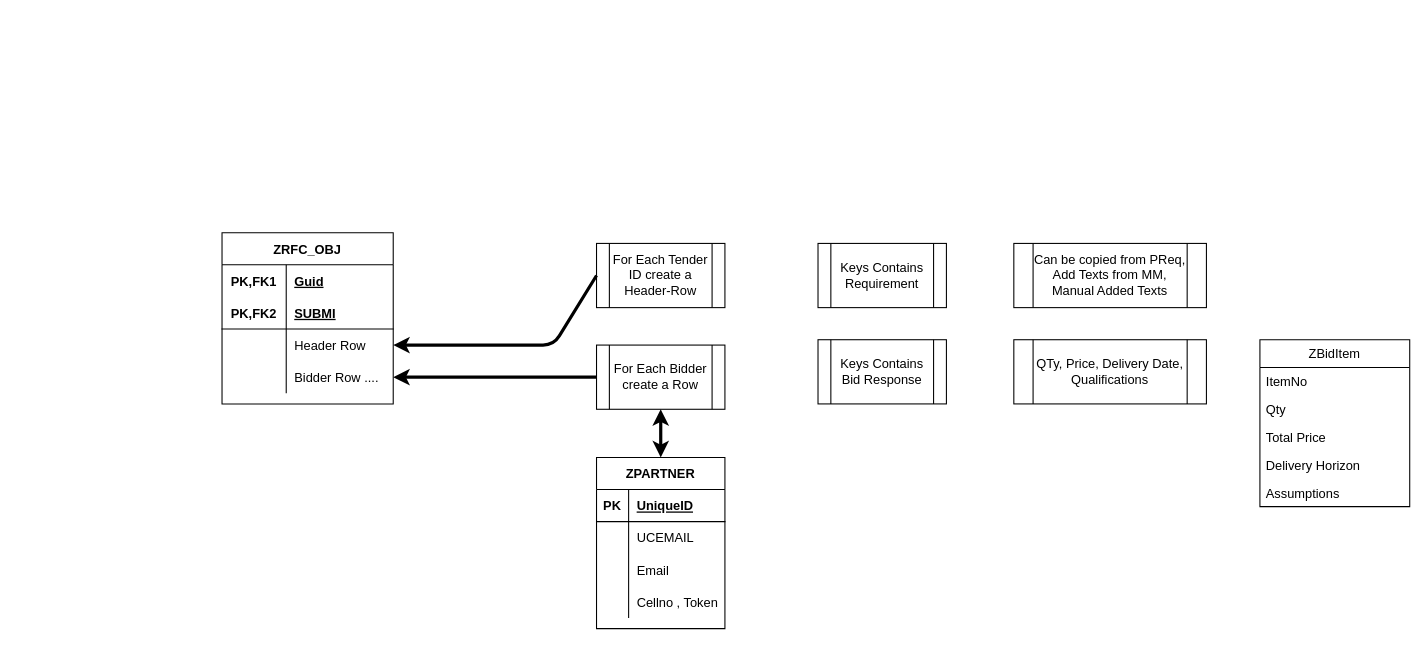
miket-snr/esourcingrecovery keeps this draw.io diagram as page "Actual Bid" (3 of 6) of Web Data Store.drawio. Above is the earlier version. Source tidied: cells renumbered, new cells numbered last; positions are measured from the earlier drawing's top-left corner, leaving out a move shared by most shapes. Both pictures are drawn from the tidied source at 107%, with x=0, y=0 at pixel (221, 232).
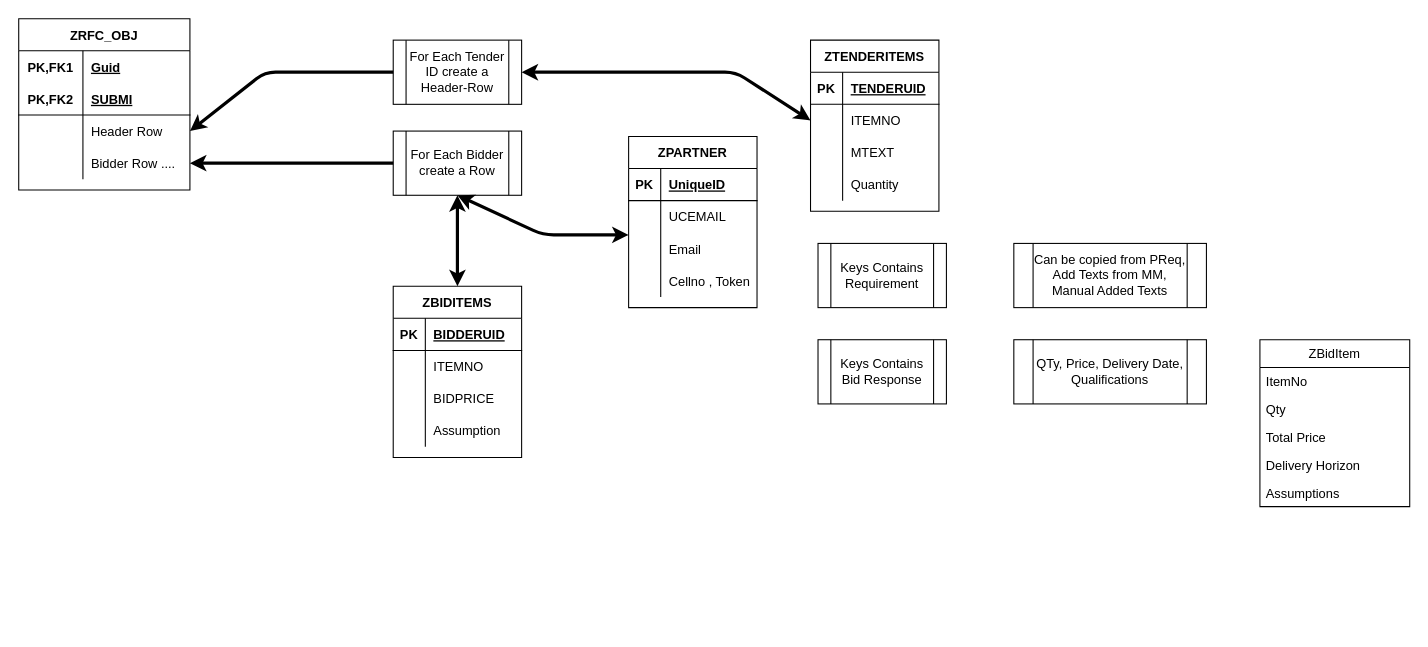
The same page after the edit.

The change refers to these unchanged cells:
```xml
<mxCell id="9" style="shape=partialRectangle;fillColor=none;top=0;left=0;bottom=0;right=0;points=[[0,0.5],[1,0.5]];portConstraint=eastwest;" parent="2" vertex="1">
  <mxGeometry y="90" width="160" height="30" as="geometry" />
</mxCell>
<mxCell id="22" style="shape=partialRectangle;fillColor=none;top=0;left=0;bottom=0;right=0;points=[[0,0.5],[1,0.5]];portConstraint=eastwest;" parent="15" vertex="1">
  <mxGeometry y="90" width="120" height="30" as="geometry" />
</mxCell>
```

Change to the diagram source:
```diff
@@
     <mxCell id="2" value="ZRFC_OBJ" style="shape=table;startSize=30;childLayout=tableLayout;rowLines=0;fontStyle=1;align=center;" parent="1" vertex="1">
-      <mxGeometry width="160" height="160" as="geometry" />
+      <mxGeometry x="-190" y="-200" width="160" height="160" as="geometry" />
     </mxCell>
@@
     <mxCell id="15" value="ZPARTNER" style="shape=table;startSize=30;childLayout=tableLayout;rowLines=0;fontStyle=1;align=center;" parent="1" vertex="1">
-      <mxGeometry x="350" y="210" width="120" height="160" as="geometry" />
+      <mxGeometry x="380" y="-90" width="120" height="160" as="geometry" />
     </mxCell>
@@
     <mxCell id="28" value="For Each Bidder create a Row" style="shape=process;whiteSpace=wrap;html=1;backgroundOutline=1;" parent="1" vertex="1">
-      <mxGeometry x="350" y="105" width="120" height="60" as="geometry" />
+      <mxGeometry x="160" y="-95" width="120" height="60" as="geometry" />
     </mxCell>
@@
     <mxCell id="30" value="For Each Tender ID create a Header-Row" style="shape=process;whiteSpace=wrap;html=1;backgroundOutline=1;" parent="1" vertex="1">
-      <mxGeometry x="350" y="10" width="120" height="60" as="geometry" />
+      <mxGeometry x="160" y="-180" width="120" height="60" as="geometry" />
     </mxCell>
     <mxCell id="31" style="endArrow=classic;html=1;strokeWidth=3;entryX=1;entryY=0.5;entryDx=0;entryDy=0;exitX=0;exitY=0.5;exitDx=0;exitDy=0;" parent="1" edge="1" source="30" target="9">
       <mxGeometry relative="1" as="geometry">
         <Array as="points">
-          <mxPoint x="310" y="105" />
+          <mxPoint x="40" y="-150" />
         </Array>
       </mxGeometry>
     </mxCell>
-    <mxCell id="32" style="endArrow=classic;startArrow=classic;html=1;strokeWidth=3;exitX=0.5;exitY=0;exitDx=0;exitDy=0;entryX=0.5;entryY=1;entryDx=0;entryDy=0;" parent="1" edge="1" source="15" target="28">
-      <mxGeometry relative="1" as="geometry" />
+    <mxCell id="32" style="endArrow=classic;startArrow=classic;html=1;strokeWidth=3;exitX=0;exitY=0.067;exitDx=0;exitDy=0;entryX=0.5;entryY=1;entryDx=0;entryDy=0;exitPerimeter=0;" parent="1" edge="1" source="22" target="28">
+      <mxGeometry relative="1" as="geometry">
+        <Array as="points">
+          <mxPoint x="300" y="2" />
+        </Array>
+      </mxGeometry>
     </mxCell>
@@
+    <mxCell id="43" value="ZBIDITEMS" style="shape=table;startSize=30;childLayout=tableLayout;rowLines=0;fontStyle=1;align=center;" parent="1" vertex="1">
+      <mxGeometry x="160" y="50" width="120" height="160" as="geometry" />
+    </mxCell>
+    <mxCell id="44" style="shape=partialRectangle;fillColor=none;top=0;left=0;bottom=1;right=0;" parent="43" vertex="1">
+      <mxGeometry y="30" width="120" height="30" as="geometry" />
+    </mxCell>
+    <mxCell id="45" value="PK" style="shape=partialRectangle;fillColor=none;top=0;left=0;bottom=0;right=0;fontStyle=1;overflow=hidden;" parent="44" vertex="1">
+      <mxGeometry width="30" height="30" as="geometry" />
+    </mxCell>
+    <mxCell id="46" value="BIDDERUID" style="shape=partialRectangle;fillColor=none;top=0;left=0;bottom=0;right=0;align=left;spacingLeft=6;fontStyle=5;overflow=hidden;" parent="44" vertex="1">
+      <mxGeometry x="30" width="90" height="30" as="geometry" />
+    </mxCell>
+    <mxCell id="47" style="shape=partialRectangle;fillColor=none;top=0;left=0;bottom=0;right=0;" parent="43" vertex="1">
+      <mxGeometry y="60" width="120" height="30" as="geometry" />
+    </mxCell>
+    <mxCell id="48" style="shape=partialRectangle;fillColor=none;top=0;left=0;bottom=0;right=0;overflow=hidden;" parent="47" vertex="1">
+      <mxGeometry width="30" height="30" as="geometry" />
+    </mxCell>
+    <mxCell id="49" value="ITEMNO" style="shape=partialRectangle;fillColor=none;top=0;left=0;bottom=0;right=0;align=left;spacingLeft=6;overflow=hidden;" parent="47" vertex="1">
+      <mxGeometry x="30" width="90" height="30" as="geometry" />
+    </mxCell>
+    <mxCell id="50" style="shape=partialRectangle;fillColor=none;top=0;left=0;bottom=0;right=0;" parent="43" vertex="1">
+      <mxGeometry y="90" width="120" height="30" as="geometry" />
+    </mxCell>
+    <mxCell id="51" style="shape=partialRectangle;fillColor=none;top=0;left=0;bottom=0;right=0;overflow=hidden;" parent="50" vertex="1">
+      <mxGeometry width="30" height="30" as="geometry" />
+    </mxCell>
+    <mxCell id="52" value="BIDPRICE" style="shape=partialRectangle;fillColor=none;top=0;left=0;bottom=0;right=0;align=left;spacingLeft=6;overflow=hidden;" parent="50" vertex="1">
+      <mxGeometry x="30" width="90" height="30" as="geometry" />
+    </mxCell>
+    <mxCell id="53" style="shape=partialRectangle;fillColor=none;top=0;left=0;bottom=0;right=0;" parent="43" vertex="1">
+      <mxGeometry y="120" width="120" height="30" as="geometry" />
+    </mxCell>
+    <mxCell id="54" style="shape=partialRectangle;fillColor=none;top=0;left=0;bottom=0;right=0;overflow=hidden;" parent="53" vertex="1">
+      <mxGeometry width="30" height="30" as="geometry" />
+    </mxCell>
+    <mxCell id="55" value="Assumption" style="shape=partialRectangle;fillColor=none;top=0;left=0;bottom=0;right=0;align=left;spacingLeft=6;overflow=hidden;" parent="53" vertex="1">
+      <mxGeometry x="30" width="90" height="30" as="geometry" />
+    </mxCell>
+    <mxCell id="56" value="ZTENDERITEMS" style="shape=table;startSize=30;childLayout=tableLayout;rowLines=0;fontStyle=1;align=center;" parent="1" vertex="1">
+      <mxGeometry x="550" y="-180" width="120" height="160" as="geometry" />
+    </mxCell>
+    <mxCell id="57" style="shape=partialRectangle;fillColor=none;top=0;left=0;bottom=1;right=0;" parent="56" vertex="1">
+      <mxGeometry y="30" width="120" height="30" as="geometry" />
+    </mxCell>
+    <mxCell id="58" value="PK" style="shape=partialRectangle;fillColor=none;top=0;left=0;bottom=0;right=0;fontStyle=1;overflow=hidden;" parent="57" vertex="1">
+      <mxGeometry width="30" height="30" as="geometry" />
+    </mxCell>
+    <mxCell id="59" value="TENDERUID" style="shape=partialRectangle;fillColor=none;top=0;left=0;bottom=0;right=0;align=left;spacingLeft=6;fontStyle=5;overflow=hidden;" parent="57" vertex="1">
+      <mxGeometry x="30" width="90" height="30" as="geometry" />
+    </mxCell>
+    <mxCell id="60" style="shape=partialRectangle;fillColor=none;top=0;left=0;bottom=0;right=0;points=[[0,0.5],[1,0.5]];portConstraint=eastwest;" parent="56" vertex="1">
+      <mxGeometry y="60" width="120" height="30" as="geometry" />
+    </mxCell>
+    <mxCell id="61" style="shape=partialRectangle;fillColor=none;top=0;left=0;bottom=0;right=0;overflow=hidden;" parent="60" vertex="1">
+      <mxGeometry width="30" height="30" as="geometry" />
+    </mxCell>
+    <mxCell id="62" value="ITEMNO" style="shape=partialRectangle;fillColor=none;top=0;left=0;bottom=0;right=0;align=left;spacingLeft=6;overflow=hidden;" parent="60" vertex="1">
+      <mxGeometry x="30" width="90" height="30" as="geometry" />
+    </mxCell>
+    <mxCell id="63" style="shape=partialRectangle;fillColor=none;top=0;left=0;bottom=0;right=0;" parent="56" vertex="1">
+      <mxGeometry y="90" width="120" height="30" as="geometry" />
+    </mxCell>
+    <mxCell id="64" style="shape=partialRectangle;fillColor=none;top=0;left=0;bottom=0;right=0;overflow=hidden;" parent="63" vertex="1">
+      <mxGeometry width="30" height="30" as="geometry" />
+    </mxCell>
+    <mxCell id="65" value="MTEXT" style="shape=partialRectangle;fillColor=none;top=0;left=0;bottom=0;right=0;align=left;spacingLeft=6;overflow=hidden;" parent="63" vertex="1">
+      <mxGeometry x="30" width="90" height="30" as="geometry" />
+    </mxCell>
+    <mxCell id="66" style="shape=partialRectangle;fillColor=none;top=0;left=0;bottom=0;right=0;" parent="56" vertex="1">
+      <mxGeometry y="120" width="120" height="30" as="geometry" />
+    </mxCell>
+    <mxCell id="67" style="shape=partialRectangle;fillColor=none;top=0;left=0;bottom=0;right=0;overflow=hidden;" parent="66" vertex="1">
+      <mxGeometry width="30" height="30" as="geometry" />
+    </mxCell>
+    <mxCell id="68" value="Quantity" style="shape=partialRectangle;fillColor=none;top=0;left=0;bottom=0;right=0;align=left;spacingLeft=6;overflow=hidden;" parent="66" vertex="1">
+      <mxGeometry x="30" width="90" height="30" as="geometry" />
+    </mxCell>
+    <mxCell id="69" style="endArrow=classic;startArrow=classic;html=1;strokeWidth=3;exitX=0;exitY=0.5;exitDx=0;exitDy=0;entryX=1;entryY=0.5;entryDx=0;entryDy=0;" parent="1" edge="1" source="60" target="30">
+      <mxGeometry relative="1" as="geometry">
+        <Array as="points">
+          <mxPoint x="480" y="-150" />
+        </Array>
+      </mxGeometry>
+    </mxCell>
+    <mxCell id="70" style="endArrow=classic;startArrow=classic;html=1;strokeWidth=3;exitX=0.5;exitY=0;exitDx=0;exitDy=0;entryX=0.5;entryY=1;entryDx=0;entryDy=0;" parent="1" edge="1" source="43" target="28">
+      <mxGeometry relative="1" as="geometry" />
+    </mxCell>
```
